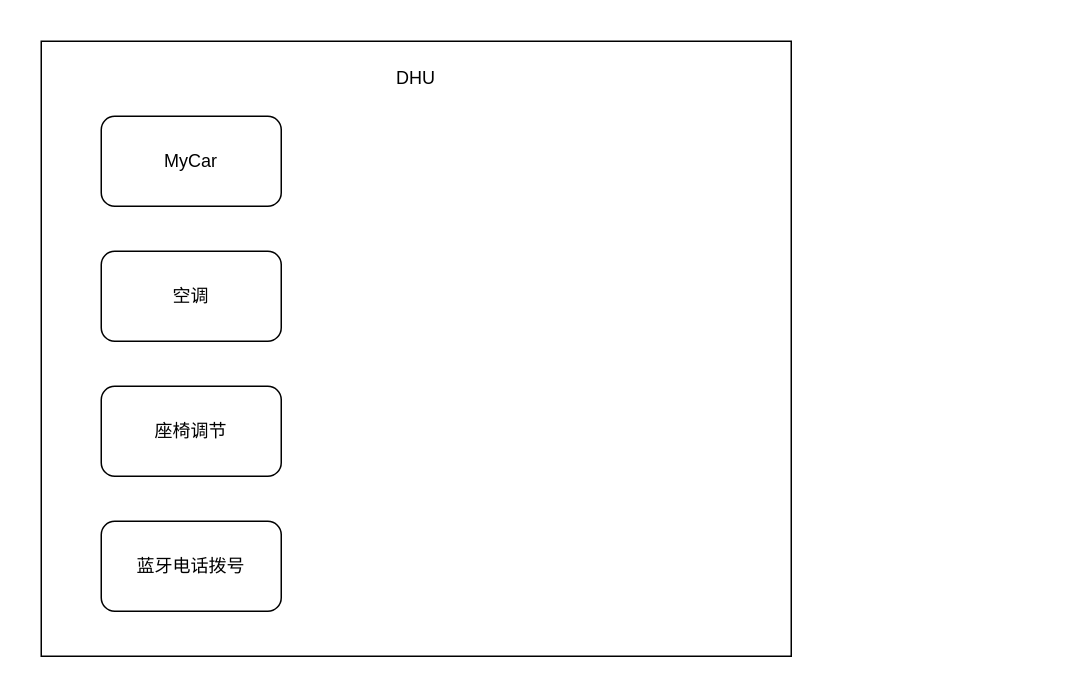
791620110/A-drawio keeps this draw.io diagram as 946/提示音.drawio. Above is the earlier version. Source tidied: cells renumbered, new cells numbered last; positions are measured from the earlier drawing's top-left corner, leaving out a move shared by most shapes. Both pictures are drawn from the tidied source at 150%, with x=0, y=0 at pixel (40, 40).
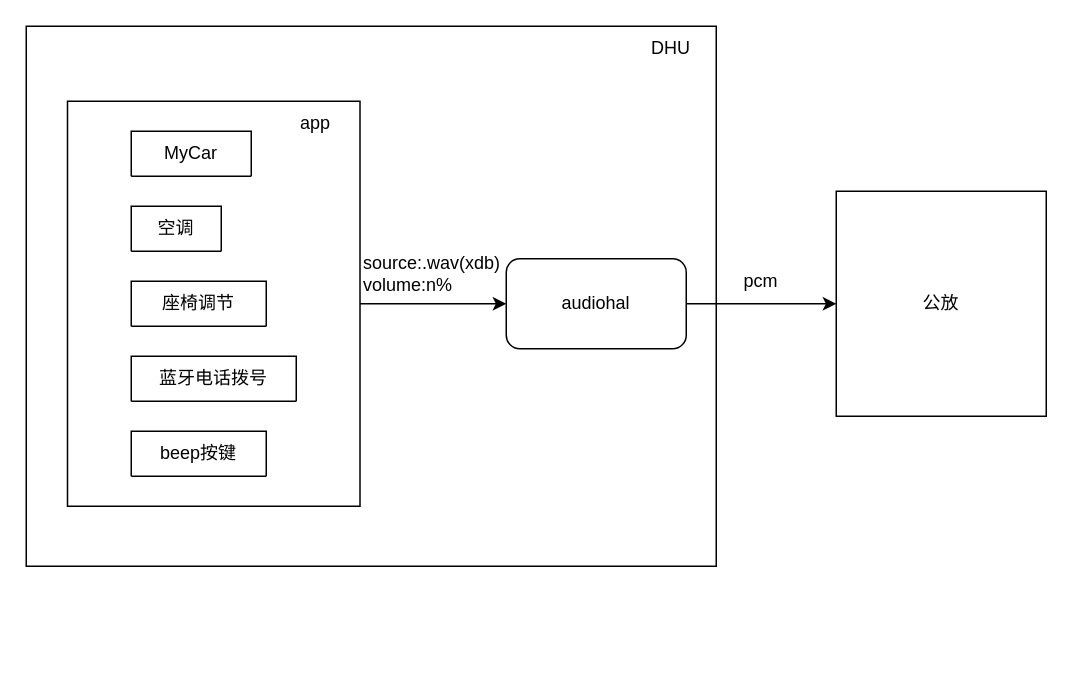
Above is the later version.

Commit message (it also covers changes not shown here):
更新提示音.drawio

What changed in the source:
```diff
@@
 <mxGraphModel>
   <root>
     <mxCell id="0" />
     <mxCell id="1" parent="0" />
     <mxCell id="2" style="rounded=0;whiteSpace=wrap;html=1;" parent="1" vertex="1">
-      <mxGeometry width="500" height="410" as="geometry" />
+      <mxGeometry x="-10" y="-10" width="460" height="360" as="geometry" />
     </mxCell>
+    <mxCell id="7" value="&lt;div&gt;DHU&lt;/div&gt;" style="text;html=1;align=center;verticalAlign=middle;whiteSpace=wrap;rounded=0;" parent="1" vertex="1">
+      <mxGeometry x="390" y="-10" width="60" height="30" as="geometry" />
+    </mxCell>
-    <mxCell id="3" value="MyCar" style="rounded=1;whiteSpace=wrap;html=1;" parent="1" vertex="1">
-      <mxGeometry x="40" y="50" width="120" height="60" as="geometry" />
+    <mxCell id="3" value="MyCar" style="swimlane;fontStyle=0;horizontal=1;startSize=30;whiteSpace=wrap;html=1;" parent="1" vertex="1" collapsed="1">
+      <mxGeometry x="60" y="60" width="80" height="30" as="geometry" />
     </mxCell>
-    <mxCell id="4" value="空调" style="rounded=1;whiteSpace=wrap;html=1;" parent="1" vertex="1">
-      <mxGeometry x="40" y="140" width="120" height="60" as="geometry" />
+    <mxCell id="4" value="空调" style="swimlane;fontStyle=0;horizontal=1;startSize=30;whiteSpace=wrap;html=1;" parent="1" vertex="1" collapsed="1">
+      <mxGeometry x="60" y="110" width="60" height="30" as="geometry" />
     </mxCell>
-    <mxCell id="5" value="座椅调节" style="rounded=1;whiteSpace=wrap;html=1;" parent="1" vertex="1">
-      <mxGeometry x="40" y="230" width="120" height="60" as="geometry" />
+    <mxCell id="5" value="座椅调节" style="swimlane;fontStyle=0;horizontal=1;startSize=30;whiteSpace=wrap;html=1;" parent="1" vertex="1" collapsed="1">
+      <mxGeometry x="60" y="160" width="90" height="30" as="geometry" />
     </mxCell>
-    <mxCell id="6" value="蓝牙电话拨号" style="rounded=1;whiteSpace=wrap;html=1;" parent="1" vertex="1">
-      <mxGeometry x="40" y="320" width="120" height="60" as="geometry" />
+    <mxCell id="6" value="蓝牙电话拨号" style="swimlane;fontStyle=0;horizontal=1;startSize=30;whiteSpace=wrap;html=1;" parent="1" vertex="1" collapsed="1">
+      <mxGeometry x="60" y="210" width="110" height="30" as="geometry" />
     </mxCell>
-    <mxCell id="7" value="&lt;div&gt;DHU&lt;/div&gt;" style="text;html=1;align=center;verticalAlign=middle;whiteSpace=wrap;rounded=0;" parent="1" vertex="1">
-      <mxGeometry x="220" y="10" width="60" height="30" as="geometry" />
-    </mxCell>
+    <mxCell id="8" value="beep按键" style="swimlane;fontStyle=0;horizontal=1;startSize=30;whiteSpace=wrap;html=1;" parent="1" vertex="1" collapsed="1">
+      <mxGeometry x="60" y="260" width="90" height="30" as="geometry" />
+    </mxCell>
+    <mxCell id="9" style="edgeStyle=orthogonalEdgeStyle;rounded=0;jettySize=auto;html=1;" parent="1" edge="1" source="10" target="14">
+      <mxGeometry relative="1" as="geometry" />
+    </mxCell>
+    <mxCell id="10" value="audiohal" style="rounded=1;whiteSpace=wrap;html=1;" parent="1" vertex="1">
+      <mxGeometry x="310" y="145" width="120" height="60" as="geometry" />
+    </mxCell>
+    <mxCell id="11" style="edgeStyle=orthogonalEdgeStyle;rounded=0;jettySize=auto;html=1;" parent="1" edge="1" source="12" target="10">
+      <mxGeometry relative="1" as="geometry" />
+    </mxCell>
+    <mxCell id="12" style="rounded=0;whiteSpace=wrap;html=1;fillColor=none;" parent="1" vertex="1">
+      <mxGeometry x="17.5" y="40" width="195" height="270" as="geometry" />
+    </mxCell>
+    <mxCell id="13" value="app" style="text;html=1;align=center;verticalAlign=middle;whiteSpace=wrap;rounded=0;" parent="1" vertex="1">
+      <mxGeometry x="152.5" y="40" width="60" height="30" as="geometry" />
+    </mxCell>
+    <mxCell id="14" value="公放" style="rounded=0;whiteSpace=wrap;html=1;" parent="1" vertex="1">
+      <mxGeometry x="530" y="100" width="140" height="150" as="geometry" />
+    </mxCell>
+    <mxCell id="15" value="&lt;div&gt;source:.wav(xdb)&lt;br&gt;&lt;/div&gt;volume:n%" style="text;html=1;align=left;verticalAlign=middle;whiteSpace=wrap;rounded=0;" parent="1" vertex="1">
+      <mxGeometry x="212.5" y="140" width="60" height="30" as="geometry" />
+    </mxCell>
+    <mxCell id="16" value="pcm" style="text;html=1;align=center;verticalAlign=middle;whiteSpace=wrap;rounded=0;" parent="1" vertex="1">
+      <mxGeometry x="450" y="145" width="60" height="30" as="geometry" />
+    </mxCell>
   </root>
 </mxGraphModel>
```
